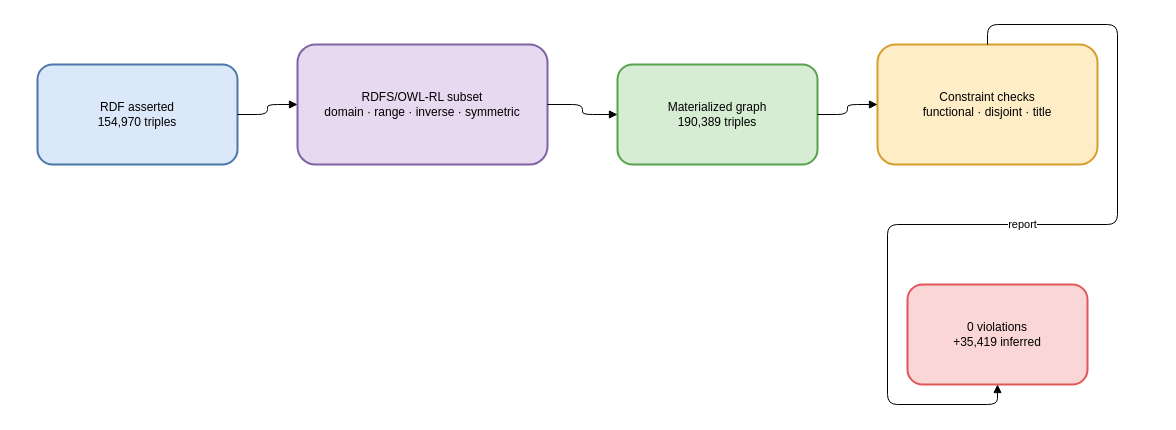
Before: report_latex/images/sources/semantic_reasoning.drawio in khanhhk/advanced_database, a draw.io diagram. Source tidied: cells renumbered, new cells numbered last; positions are measured from the earlier drawing's top-left corner, leaving out a move shared by most shapes. Both pictures are drawn from the tidied source at 100%, with x=0, y=0 at pixel (37, 44).
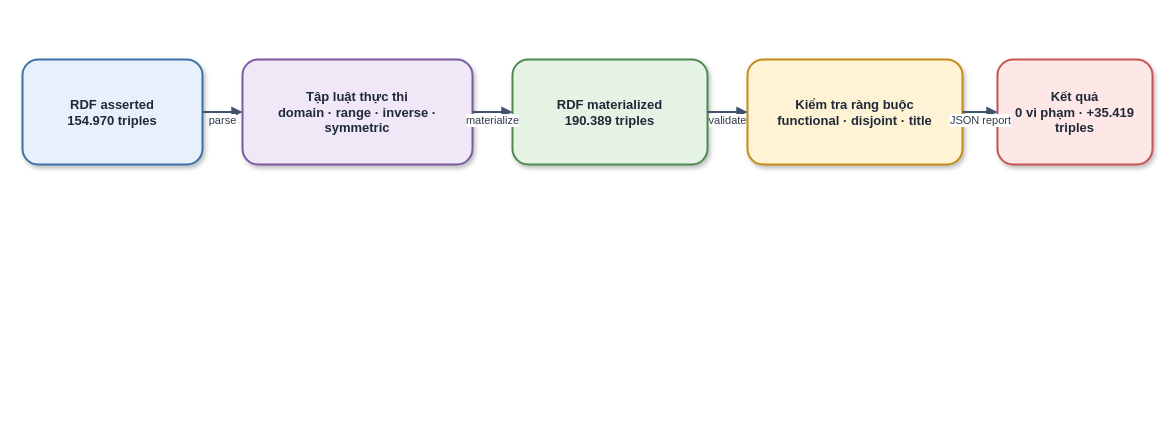
The same page after the edit.

What changed in the source:
```diff
@@
 <mxGraphModel>
   <root>
     <mxCell id="0" />
     <mxCell id="1" parent="0" />
-    <mxCell id="2" value="RDF asserted&#10;154,970 triples" style="rounded=1;whiteSpace=wrap;html=1;fillColor=#dbe8fa;strokeColor=#4c78a8;strokeWidth=2;" parent="1" vertex="1">
-      <mxGeometry y="20" width="200" height="100" as="geometry" />
+    <mxCell id="2" value="RDF asserted&#10;154.970 triples" style="rounded=1;whiteSpace=wrap;html=1;fillColor=#E8F1FB;strokeColor=#3B73A8;strokeWidth=2;fontSize=13;fontColor=#1F2937;fontStyle=1;spacing=8;shadow=1;" parent="1" vertex="1">
+      <mxGeometry x="-15" y="15" width="180" height="105" as="geometry" />
     </mxCell>
-    <mxCell id="3" value="RDFS/OWL-RL subset&#10;domain · range · inverse · symmetric" style="rounded=1;whiteSpace=wrap;html=1;fillColor=#e6d9f0;strokeColor=#8064a2;strokeWidth=2;" parent="1" vertex="1">
-      <mxGeometry x="260" width="250" height="120" as="geometry" />
+    <mxCell id="3" value="Tập luật thực thi&#10;domain · range · inverse · symmetric" style="rounded=1;whiteSpace=wrap;html=1;fillColor=#F0E8F7;strokeColor=#7B5AA6;strokeWidth=2;fontSize=13;fontColor=#1F2937;fontStyle=1;spacing=8;shadow=1;" parent="1" vertex="1">
+      <mxGeometry x="205" y="15" width="230" height="105" as="geometry" />
     </mxCell>
-    <mxCell id="4" value="Materialized graph&#10;190,389 triples" style="rounded=1;whiteSpace=wrap;html=1;fillColor=#d6edd4;strokeColor=#59a14f;strokeWidth=2;" parent="1" vertex="1">
-      <mxGeometry x="580" y="20" width="200" height="100" as="geometry" />
+    <mxCell id="4" value="RDF materialized&#10;190.389 triples" style="rounded=1;whiteSpace=wrap;html=1;fillColor=#E5F3E5;strokeColor=#4D8B52;strokeWidth=2;fontSize=13;fontColor=#1F2937;fontStyle=1;spacing=8;shadow=1;" parent="1" vertex="1">
+      <mxGeometry x="475" y="15" width="195" height="105" as="geometry" />
     </mxCell>
-    <mxCell id="5" value="Constraint checks&#10;functional · disjoint · title" style="rounded=1;whiteSpace=wrap;html=1;fillColor=#ffedc7;strokeColor=#d69e2e;strokeWidth=2;" parent="1" vertex="1">
-      <mxGeometry x="840" width="220" height="120" as="geometry" />
+    <mxCell id="5" value="Kiểm tra ràng buộc&#10;functional · disjoint · title" style="rounded=1;whiteSpace=wrap;html=1;fillColor=#FFF3D6;strokeColor=#C58A18;strokeWidth=2;fontSize=13;fontColor=#1F2937;fontStyle=1;spacing=8;shadow=1;" parent="1" vertex="1">
+      <mxGeometry x="710" y="15" width="215" height="105" as="geometry" />
     </mxCell>
-    <mxCell id="6" value="0 violations&#10;+35,419 inferred" style="rounded=1;whiteSpace=wrap;html=1;fillColor=#fad6d6;strokeColor=#e15759;strokeWidth=2;" parent="1" vertex="1">
-      <mxGeometry x="870" y="240" width="180" height="100" as="geometry" />
+    <mxCell id="6" value="Kết quả&#10;0 vi phạm · +35.419 triples" style="rounded=1;whiteSpace=wrap;html=1;fillColor=#FDE8E7;strokeColor=#C85452;strokeWidth=2;fontSize=13;fontColor=#1F2937;fontStyle=1;spacing=8;shadow=1;" parent="1" vertex="1">
+      <mxGeometry x="960" y="15" width="155" height="105" as="geometry" />
     </mxCell>
-    <mxCell id="7" style="edgeStyle=orthogonalEdgeStyle;rounded=1;jettySize=auto;html=1;endArrow=block;exitX=1;exitY=0.5;exitDx=0;exitDy=0;entryX=0;entryY=0.5;entryDx=0;entryDy=0;" parent="1" edge="1" source="2" target="3">
-      <mxGeometry relative="1" as="geometry" />
+    <mxCell id="7" value="parse" style="edgeStyle=orthogonalEdgeStyle;rounded=1;jettySize=auto;html=1;endArrow=block;endFill=1;strokeColor=#40536B;strokeWidth=2;fontSize=11;fontColor=#2F3B4A;labelBackgroundColor=#FFFFFF;spacingBottom=8;exitX=1;exitY=0.5;exitDx=0;exitDy=0;entryX=0;entryY=0.5;entryDx=0;entryDy=0;" parent="1" edge="1" source="2" target="3">
+      <mxGeometry y="-12" relative="1" as="geometry" />
     </mxCell>
-    <mxCell id="8" style="edgeStyle=orthogonalEdgeStyle;rounded=1;jettySize=auto;html=1;endArrow=block;exitX=1;exitY=0.5;exitDx=0;exitDy=0;entryX=0;entryY=0.5;entryDx=0;entryDy=0;" parent="1" edge="1" source="3" target="4">
-      <mxGeometry relative="1" as="geometry" />
+    <mxCell id="8" value="materialize" style="edgeStyle=orthogonalEdgeStyle;rounded=1;jettySize=auto;html=1;endArrow=block;endFill=1;strokeColor=#40536B;strokeWidth=2;fontSize=11;fontColor=#2F3B4A;labelBackgroundColor=#FFFFFF;spacingBottom=8;exitX=1;exitY=0.5;exitDx=0;exitDy=0;entryX=0;entryY=0.5;entryDx=0;entryDy=0;" parent="1" edge="1" source="3" target="4">
+      <mxGeometry y="-12" relative="1" as="geometry" />
     </mxCell>
-    <mxCell id="9" style="edgeStyle=orthogonalEdgeStyle;rounded=1;jettySize=auto;html=1;endArrow=block;exitX=1;exitY=0.5;exitDx=0;exitDy=0;entryX=0;entryY=0.5;entryDx=0;entryDy=0;" parent="1" edge="1" source="4" target="5">
-      <mxGeometry relative="1" as="geometry" />
+    <mxCell id="9" value="validate" style="edgeStyle=orthogonalEdgeStyle;rounded=1;jettySize=auto;html=1;endArrow=block;endFill=1;strokeColor=#40536B;strokeWidth=2;fontSize=11;fontColor=#2F3B4A;labelBackgroundColor=#FFFFFF;spacingBottom=8;exitX=1;exitY=0.5;exitDx=0;exitDy=0;entryX=0;entryY=0.5;entryDx=0;entryDy=0;" parent="1" edge="1" source="4" target="5">
+      <mxGeometry y="-12" relative="1" as="geometry" />
     </mxCell>
-    <mxCell id="10" value="report" style="edgeStyle=orthogonalEdgeStyle;rounded=1;jettySize=auto;html=1;endArrow=block;exitX=0.5;exitY=0;exitDx=0;exitDy=0;entryX=0.5;entryY=1;entryDx=0;entryDy=0;" parent="1" edge="1" source="5" target="6">
-      <mxGeometry relative="1" as="geometry" />
+    <mxCell id="10" value="JSON report" style="edgeStyle=orthogonalEdgeStyle;rounded=1;jettySize=auto;html=1;endArrow=block;endFill=1;strokeColor=#40536B;strokeWidth=2;fontSize=11;fontColor=#2F3B4A;labelBackgroundColor=#FFFFFF;spacingBottom=8;exitX=1;exitY=0.5;exitDx=0;exitDy=0;entryX=0;entryY=0.5;entryDx=0;entryDy=0;" parent="1" edge="1" source="5" target="6">
+      <mxGeometry y="-12" relative="1" as="geometry" />
     </mxCell>
   </root>
 </mxGraphModel>
```
